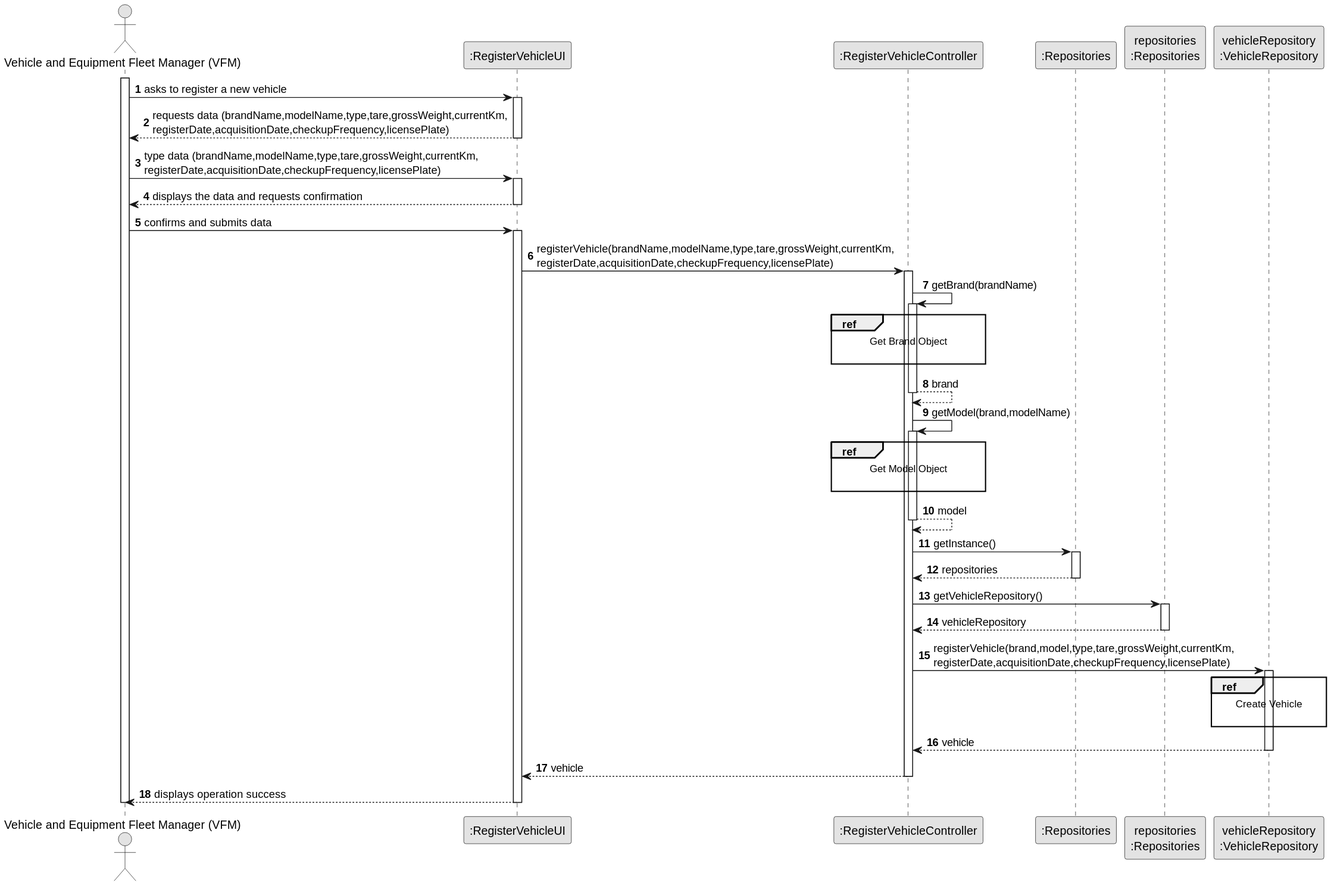
The PlantUML diagram docs/sprint2/us06/03.design/svg/us06-sequence-diagram.svg in Departamento-de-Engenharia-Informatica/lei-24-s2-1db-g022, before a commit.
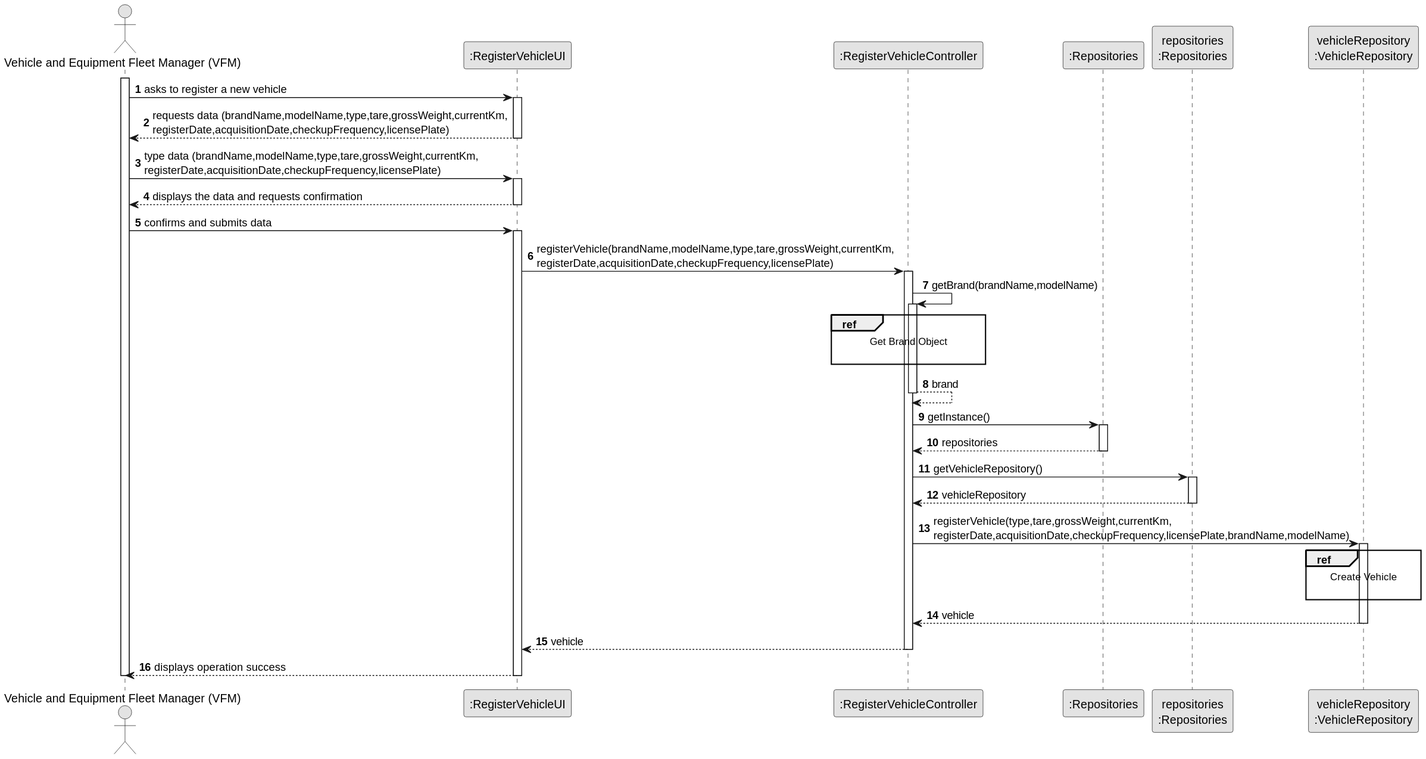
After the change.

Diff of the diagram source:
```diff
@@ -35,7 +35,7 @@
 
             activate CTRL
 
-             CTRL -> CTRL : getBrand(brandName)
+             CTRL -> CTRL : getBrand(brandName,modelName)
             activate CTRL
 
                 ref over CTRL
@@ -44,16 +44,6 @@
                 end ref
 
                 CTRL --> CTRL : brand
-            deactivate CTRL
-
-            CTRL -> CTRL : getModel(brand,modelName)
-            activate CTRL
-
-                ref over CTRL
-                    Get Model Object
-
-                end ref
-                CTRL --> CTRL : model
             deactivate CTRL
 
                     CTRL -> RepositorySingleton : getInstance()
@@ -70,7 +60,7 @@
 
 
 
-                CTRL -> VR : registerVehicle(brand,model,type,tare,grossWeight,currentKm,\nregisterDate,acquisitionDate,checkupFrequency,licensePlate)
+                CTRL -> VR : registerVehicle(type,tare,grossWeight,currentKm,\nregisterDate,acquisitionDate,checkupFrequency,licensePlate,brandName,modelName)
 
             activate VR
 
```
